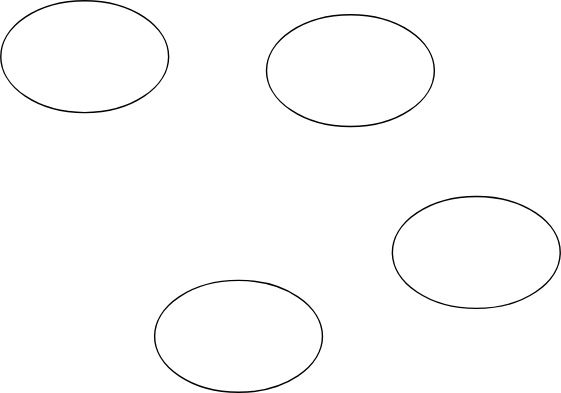
msp99000/Data-Structures-and-Algorithms keeps this draw.io diagram as Untitled Diagram.svg. Above is the earlier version. Source tidied: cells renumbered, new cells last; positions are measured from the earlier drawing's top-left corner, leaving out a move shared by most shapes.
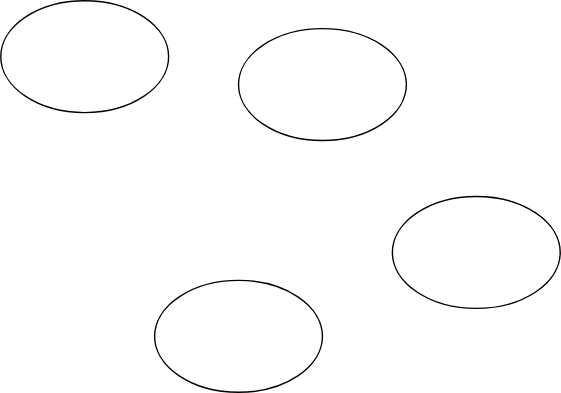
After the change.

Diff of the diagram source:
```diff
@@ -5,8 +5,8 @@
     <mxCell id="2" style="ellipse;whiteSpace=wrap;html=1;" parent="1" vertex="1">
       <mxGeometry x="110" y="200" width="120" height="80" as="geometry" />
     </mxCell>
-    <mxCell id="3" style="ellipse;whiteSpace=wrap;html=1;" parent="1" vertex="1">
-      <mxGeometry x="190" y="10" width="120" height="80" as="geometry" />
+    <mxCell id="3" style="ellipse;whiteSpace=wrap;html=1;fillColor=default;strokeColor=default;fontColor=default;" parent="1" vertex="1">
+      <mxGeometry x="170" y="20" width="120" height="80" as="geometry" />
     </mxCell>
     <mxCell id="4" style="ellipse;whiteSpace=wrap;html=1;fillColor=default;strokeColor=default;fontColor=default;" parent="1" vertex="1">
       <mxGeometry width="120" height="80" as="geometry" />
```
